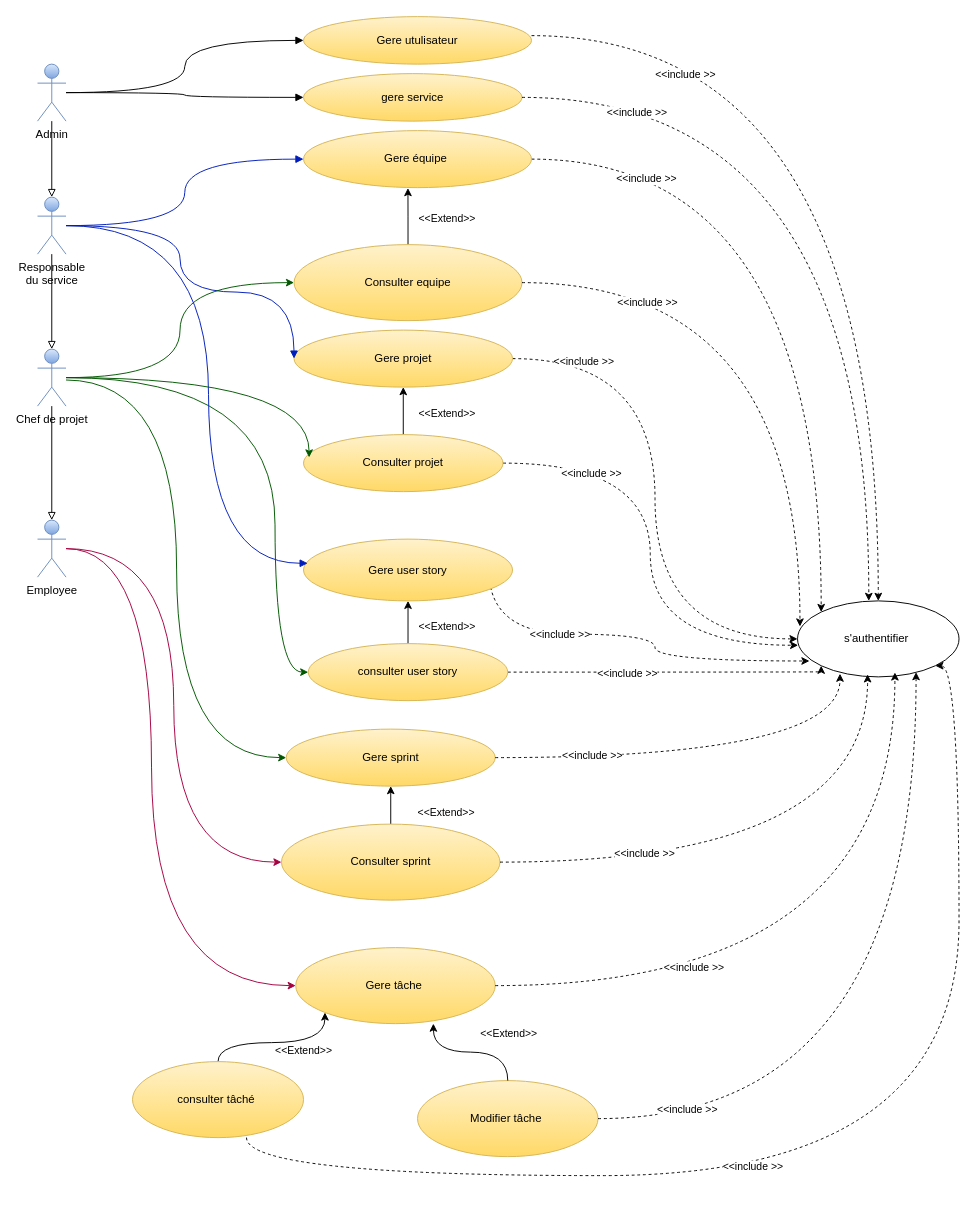
This is model 2/1.drawio from omarhabib5/PFEProject, a draw.io file, before an edit. Source tidied: cells renumbered, new cells numbered last; positions are measured from the earlier drawing's top-left corner, leaving out a move shared by most shapes. Both pictures are drawn from the tidied source at 95%, with x=0, y=0 at pixel (37, 16).
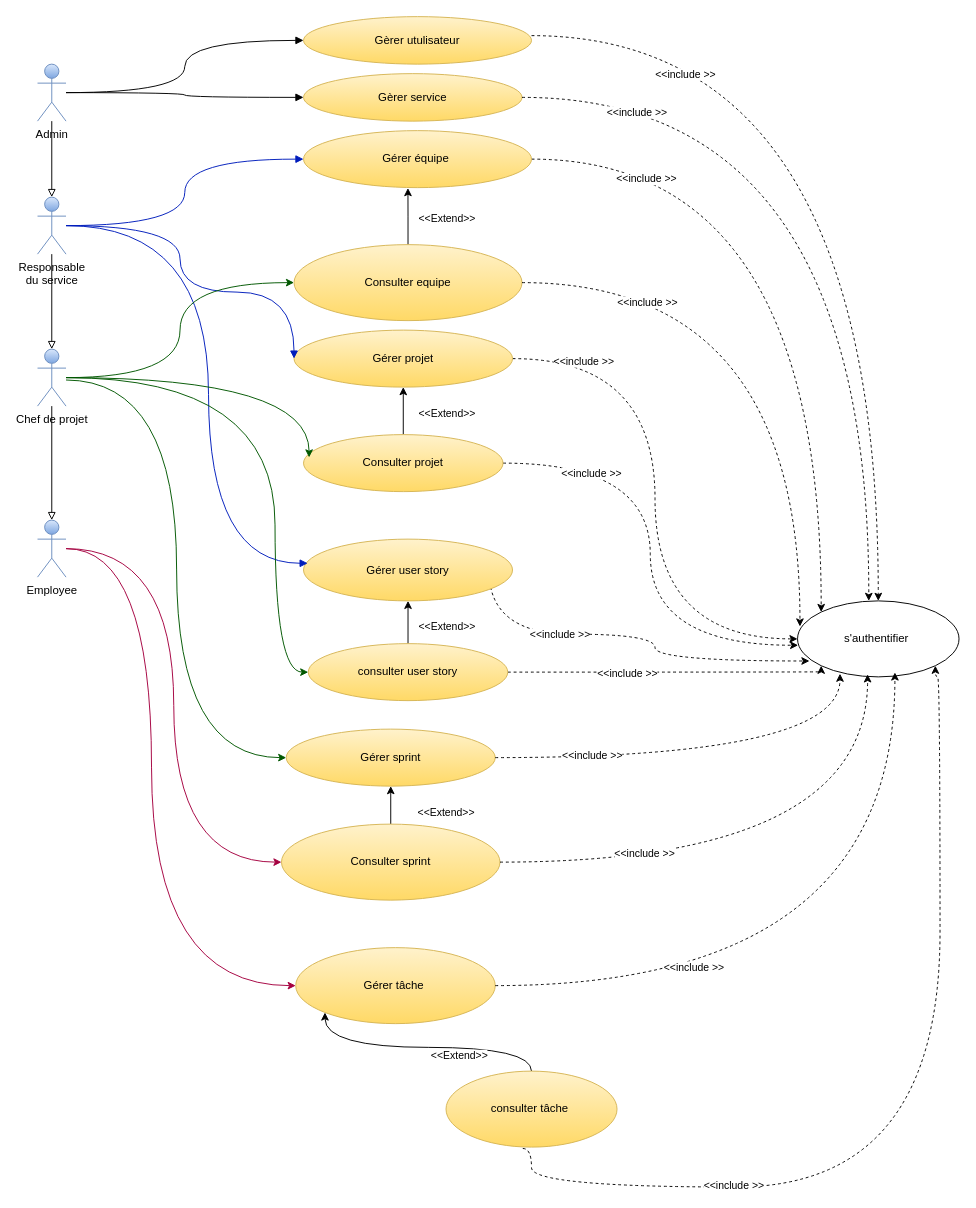
After the change.

The change refers to these unchanged cells:
```xml
<mxCell id="46" value="s'authentifier&amp;nbsp;" style="ellipse;whiteSpace=wrap;html=1;" parent="1" vertex="1">
  <mxGeometry x="800" y="615" width="170" height="80" as="geometry" />
</mxCell>
```

Change to the diagram source:
```diff
@@
-    <mxCell id="10" value="Gere utulisateur" style="ellipse;whiteSpace=wrap;html=1;fillColor=#fff2cc;strokeColor=#d6b656;gradientColor=#ffd966;" parent="1" vertex="1">
+    <mxCell id="10" value="Gèrer utulisateur" style="ellipse;whiteSpace=wrap;html=1;fillColor=#fff2cc;strokeColor=#d6b656;gradientColor=#ffd966;" parent="1" vertex="1">
       <mxGeometry x="280" width="240" height="50" as="geometry" />
     </mxCell>
@@
-    <mxCell id="13" value="Gere équipe&amp;nbsp;" style="ellipse;whiteSpace=wrap;html=1;fillColor=#fff2cc;gradientColor=#ffd966;strokeColor=#d6b656;" parent="1" vertex="1">
+    <mxCell id="13" value="Gérer équipe&amp;nbsp;" style="ellipse;whiteSpace=wrap;html=1;fillColor=#fff2cc;gradientColor=#ffd966;strokeColor=#d6b656;" parent="1" vertex="1">
       <mxGeometry x="280" y="120" width="240" height="60" as="geometry" />
     </mxCell>
@@
-    <mxCell id="20" value="Gere user story" style="ellipse;whiteSpace=wrap;html=1;fillColor=#fff2cc;gradientColor=#ffd966;strokeColor=#d6b656;" parent="1" vertex="1">
+    <mxCell id="20" value="Gérer user story" style="ellipse;whiteSpace=wrap;html=1;fillColor=#fff2cc;gradientColor=#ffd966;strokeColor=#d6b656;" parent="1" vertex="1">
       <mxGeometry x="280" y="550" width="220" height="65" as="geometry" />
     </mxCell>
-    <mxCell id="21" value="Gere sprint" style="ellipse;whiteSpace=wrap;html=1;fillColor=#fff2cc;gradientColor=#ffd966;strokeColor=#d6b656;" parent="1" vertex="1">
+    <mxCell id="21" value="Gérer sprint" style="ellipse;whiteSpace=wrap;html=1;fillColor=#fff2cc;gradientColor=#ffd966;strokeColor=#d6b656;" parent="1" vertex="1">
       <mxGeometry x="261.8" y="750" width="220" height="60" as="geometry" />
     </mxCell>
-    <mxCell id="22" value="Gere tâche&amp;nbsp;" style="ellipse;whiteSpace=wrap;html=1;fillColor=#fff2cc;gradientColor=#ffd966;strokeColor=#d6b656;" parent="1" vertex="1">
+    <mxCell id="22" value="Gérer tâche&amp;nbsp;" style="ellipse;whiteSpace=wrap;html=1;fillColor=#fff2cc;gradientColor=#ffd966;strokeColor=#d6b656;" parent="1" vertex="1">
       <mxGeometry x="271.8" y="980" width="210" height="80" as="geometry" />
     </mxCell>
@@
-    <mxCell id="25" value="consulter tâché&amp;nbsp;" style="ellipse;whiteSpace=wrap;html=1;fillColor=#fff2cc;gradientColor=#ffd966;strokeColor=#d6b656;" parent="1" vertex="1">
-      <mxGeometry x="100" y="1100" width="180" height="80" as="geometry" />
+    <mxCell id="25" value="consulter tâche&amp;nbsp;" style="ellipse;whiteSpace=wrap;html=1;fillColor=#fff2cc;gradientColor=#ffd966;strokeColor=#d6b656;" parent="1" vertex="1">
+      <mxGeometry x="430" y="1110" width="180" height="80" as="geometry" />
     </mxCell>
-    <mxCell id="26" value="Modifier tâche&amp;nbsp;" style="ellipse;whiteSpace=wrap;html=1;fillColor=#fff2cc;gradientColor=#ffd966;strokeColor=#d6b656;" parent="1" vertex="1">
-      <mxGeometry x="400" y="1120" width="190" height="80" as="geometry" />
-    </mxCell>
-    <mxCell id="27" style="edgeStyle=orthogonalEdgeStyle;rounded=0;jettySize=auto;html=1;entryX=0.69;entryY=1;entryDx=0;entryDy=0;entryPerimeter=0;curved=1;" parent="1" edge="1" source="26" target="22">
-      <mxGeometry relative="1" as="geometry" />
-    </mxCell>
-    <mxCell id="28" value="&amp;lt;&amp;lt;Extend&amp;gt;&amp;gt;" style="edgeLabel;html=1;align=center;verticalAlign=middle;" parent="27" vertex="1">
-      <mxGeometry x="-0.29" relative="1" as="geometry">
-        <mxPoint x="19" y="-20" as="offset" />
-      </mxGeometry>
-    </mxCell>
-    <mxCell id="29" value="gere service" style="ellipse;whiteSpace=wrap;html=1;fillColor=#fff2cc;gradientColor=#ffd966;strokeColor=#d6b656;" parent="1" vertex="1">
+    <mxCell id="29" value="Gèrer service" style="ellipse;whiteSpace=wrap;html=1;fillColor=#fff2cc;gradientColor=#ffd966;strokeColor=#d6b656;" parent="1" vertex="1">
       <mxGeometry x="280" y="60" width="230" height="50" as="geometry" />
     </mxCell>
@@
-    <mxCell id="32" value="Gere projet" style="ellipse;whiteSpace=wrap;html=1;fillColor=#fff2cc;gradientColor=#ffd966;strokeColor=#d6b656;" parent="1" vertex="1">
+    <mxCell id="32" value="Gérer projet" style="ellipse;whiteSpace=wrap;html=1;fillColor=#fff2cc;gradientColor=#ffd966;strokeColor=#d6b656;" parent="1" vertex="1">
       <mxGeometry x="270" y="330" width="230" height="60" as="geometry" />
     </mxCell>
@@
-    <mxCell id="68" style="edgeStyle=orthogonalEdgeStyle;rounded=0;jettySize=auto;html=1;exitX=1;exitY=0.5;exitDx=0;exitDy=0;entryX=0.734;entryY=0.938;entryDx=0;entryDy=0;entryPerimeter=0;dashed=1;curved=1;" parent="1" edge="1" source="26" target="46">
-      <mxGeometry relative="1" as="geometry" />
-    </mxCell>
-    <mxCell id="69" value="&amp;lt;&amp;lt;include &amp;gt;&amp;gt;" style="edgeLabel;html=1;align=center;verticalAlign=middle;" parent="68" vertex="1">
-      <mxGeometry x="-0.77" y="2" relative="1" as="geometry">
-        <mxPoint y="-8" as="offset" />
-      </mxGeometry>
-    </mxCell>
-    <mxCell id="70" style="edgeStyle=orthogonalEdgeStyle;rounded=0;jettySize=auto;html=1;exitX=0.5;exitY=1;exitDx=0;exitDy=0;entryX=1;entryY=1;entryDx=0;entryDy=0;dashed=1;curved=1;" parent="1" edge="1" target="46">
+    <mxCell id="70" style="edgeStyle=orthogonalEdgeStyle;rounded=0;jettySize=auto;html=1;entryX=1;entryY=1;entryDx=0;entryDy=0;dashed=1;curved=1;exitX=0.449;exitY=1.018;exitDx=0;exitDy=0;exitPerimeter=0;" parent="1" edge="1" source="25" target="46">
       <mxGeometry relative="1" as="geometry">
-        <mxPoint x="220" y="1180" as="sourcePoint" />
         <Array as="points">
-          <mxPoint x="220" y="1220" />
-          <mxPoint x="970" y="1220" />
-          <mxPoint x="970" y="683" />
+          <mxPoint x="520" y="1191" />
+          <mxPoint x="520" y="1232" />
+          <mxPoint x="950" y="1232" />
+          <mxPoint x="950" y="695" />
+          <mxPoint x="945" y="695" />
         </Array>
       </mxGeometry>
     </mxCell>
     <mxCell id="71" value="&amp;lt;&amp;lt;include &amp;gt;&amp;gt;" style="edgeLabel;html=1;align=center;verticalAlign=middle;" parent="70" vertex="1">
       <mxGeometry x="-0.13" y="-2" relative="1" as="geometry">
-        <mxPoint x="-16" y="-12" as="offset" />
+        <mxPoint x="-188" y="-4" as="offset" />
       </mxGeometry>
     </mxCell>
```
